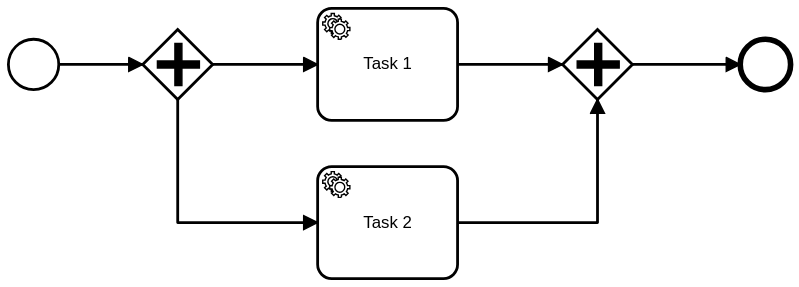
Earlier version of the BPMN export packages/element-template/resources/diagram.svg (pinussilvestrus/rpa-prototypes). Its source is kept beside it as packages/element-template/resources/diagram.bpmn. Ids are renumbered.
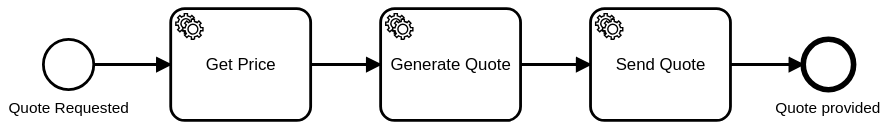
Above is the later version.

The edit, as a diff of the source:
```diff
@@ -1,81 +1,66 @@
-<bpmn:definitions xmlns:bpmn="http://www.omg.org/spec/BPMN/20100524/MODEL" xmlns:bpmndi="http://www.omg.org/spec/BPMN/20100524/DI" xmlns:dc="http://www.omg.org/spec/DD/20100524/DC" xmlns:di="http://www.omg.org/spec/DD/20100524/DI" id="Definitions_n1" targetNamespace="http://bpmn.io/schema/bpmn" exporter="Camunda Modeler" exporterVersion="4.0.0-alpha.2">
+<bpmn:definitions xmlns:bpmn="http://www.omg.org/spec/BPMN/20100524/MODEL" xmlns:bpmndi="http://www.omg.org/spec/BPMN/20100524/DI" xmlns:dc="http://www.omg.org/spec/DD/20100524/DC" xmlns:di="http://www.omg.org/spec/DD/20100524/DI" id="Definitions_n1" targetNamespace="http://bpmn.io/schema/bpmn" exporter="Camunda Modeler" exporterVersion="4.0.0-alpha.3">
   <bpmn:process id="Process_n2" isExecutable="true">
-    <bpmn:startEvent id="StartEvent_1">
-      <bpmn:outgoing>Flow_n3</bpmn:outgoing>
+    <bpmn:startEvent id="StartEvent_1" name="Quote Requested">
+      <bpmn:outgoing>Flow_n12</bpmn:outgoing>
     </bpmn:startEvent>
-    <bpmn:sequenceFlow id="Flow_n3" sourceRef="StartEvent_1" targetRef="Gateway_n4" />
-    <bpmn:endEvent id="Event_n5">
-      <bpmn:incoming>Flow_n6</bpmn:incoming>
+    <bpmn:endEvent id="Event_n5" name="Quote provided">
+      <bpmn:incoming>Flow_n13</bpmn:incoming>
     </bpmn:endEvent>
-    <bpmn:sequenceFlow id="Flow_n7" sourceRef="ServiceTask_1" targetRef="Gateway_n8" />
-    <bpmn:serviceTask id="ServiceTask_1" name="Task 1">
-      <bpmn:incoming>Flow_n9</bpmn:incoming>
-      <bpmn:outgoing>Flow_n7</bpmn:outgoing>
+    <bpmn:serviceTask id="ServiceTask_1" name="Get Price">
+      <bpmn:incoming>Flow_n12</bpmn:incoming>
+      <bpmn:outgoing>Flow_n14</bpmn:outgoing>
     </bpmn:serviceTask>
-    <bpmn:sequenceFlow id="Flow_n9" sourceRef="Gateway_n4" targetRef="ServiceTask_1" />
-    <bpmn:sequenceFlow id="Flow_n10" sourceRef="Gateway_n4" targetRef="ServiceTask_2" />
-    <bpmn:serviceTask id="ServiceTask_2" name="Task 2">
-      <bpmn:incoming>Flow_n10</bpmn:incoming>
-      <bpmn:outgoing>Flow_n11</bpmn:outgoing>
+    <bpmn:serviceTask id="ServiceTask_2" name="Generate Quote">
+      <bpmn:incoming>Flow_n14</bpmn:incoming>
+      <bpmn:outgoing>Flow_n15</bpmn:outgoing>
     </bpmn:serviceTask>
-    <bpmn:parallelGateway id="Gateway_n4">
-      <bpmn:incoming>Flow_n3</bpmn:incoming>
-      <bpmn:outgoing>Flow_n9</bpmn:outgoing>
-      <bpmn:outgoing>Flow_n10</bpmn:outgoing>
-    </bpmn:parallelGateway>
-    <bpmn:sequenceFlow id="Flow_n6" sourceRef="Gateway_n8" targetRef="Event_n5" />
-    <bpmn:sequenceFlow id="Flow_n11" sourceRef="ServiceTask_2" targetRef="Gateway_n8" />
-    <bpmn:parallelGateway id="Gateway_n8">
-      <bpmn:incoming>Flow_n7</bpmn:incoming>
-      <bpmn:incoming>Flow_n11</bpmn:incoming>
-      <bpmn:outgoing>Flow_n6</bpmn:outgoing>
-    </bpmn:parallelGateway>
+    <bpmn:sequenceFlow id="Flow_n15" sourceRef="ServiceTask_2" targetRef="ServiceTask_3" />
+    <bpmn:serviceTask id="ServiceTask_3" name="Send Quote">
+      <bpmn:incoming>Flow_n15</bpmn:incoming>
+      <bpmn:outgoing>Flow_n13</bpmn:outgoing>
+    </bpmn:serviceTask>
+    <bpmn:sequenceFlow id="Flow_n13" sourceRef="ServiceTask_3" targetRef="Event_n5" />
+    <bpmn:sequenceFlow id="Flow_n12" sourceRef="StartEvent_1" targetRef="ServiceTask_1" />
+    <bpmn:sequenceFlow id="Flow_n14" sourceRef="ServiceTask_1" targetRef="ServiceTask_2" />
   </bpmn:process>
   <bpmndi:BPMNDiagram id="BPMNDiagram_1">
     <bpmndi:BPMNPlane id="BPMNPlane_1" bpmnElement="Process_n2">
-      <bpmndi:BPMNEdge id="Flow_n3_di" bpmnElement="Flow_n3">
+      <bpmndi:BPMNEdge id="Flow_n15_di" bpmnElement="Flow_n15">
+        <di:waypoint x="520" y="117" />
+        <di:waypoint x="570" y="117" />
+      </bpmndi:BPMNEdge>
+      <bpmndi:BPMNEdge id="Flow_n13_di" bpmnElement="Flow_n13">
+        <di:waypoint x="670" y="117" />
+        <di:waypoint x="722" y="117" />
+      </bpmndi:BPMNEdge>
+      <bpmndi:BPMNEdge id="Flow_n12_di" bpmnElement="Flow_n12">
         <di:waypoint x="215" y="117" />
-        <di:waypoint x="275" y="117" />
+        <di:waypoint x="270" y="117" />
       </bpmndi:BPMNEdge>
-      <bpmndi:BPMNEdge id="Flow_n7_di" bpmnElement="Flow_n7">
-        <di:waypoint x="500" y="117" />
-        <di:waypoint x="575" y="117" />
-      </bpmndi:BPMNEdge>
-      <bpmndi:BPMNEdge id="Flow_n9_di" bpmnElement="Flow_n9">
-        <di:waypoint x="325" y="117" />
-        <di:waypoint x="400" y="117" />
-      </bpmndi:BPMNEdge>
-      <bpmndi:BPMNEdge id="Flow_n10_di" bpmnElement="Flow_n10">
-        <di:waypoint x="300" y="142" />
-        <di:waypoint x="300" y="230" />
-        <di:waypoint x="400" y="230" />
-      </bpmndi:BPMNEdge>
-      <bpmndi:BPMNEdge id="Flow_n6_di" bpmnElement="Flow_n6">
-        <di:waypoint x="625" y="117" />
-        <di:waypoint x="702" y="117" />
-      </bpmndi:BPMNEdge>
-      <bpmndi:BPMNEdge id="Flow_n11_di" bpmnElement="Flow_n11">
-        <di:waypoint x="500" y="230" />
-        <di:waypoint x="600" y="230" />
-        <di:waypoint x="600" y="142" />
+      <bpmndi:BPMNEdge id="Flow_n14_di" bpmnElement="Flow_n14">
+        <di:waypoint x="370" y="117" />
+        <di:waypoint x="420" y="117" />
       </bpmndi:BPMNEdge>
       <bpmndi:BPMNShape id="_BPMNShape_StartEvent_2" bpmnElement="StartEvent_1">
         <dc:Bounds x="179" y="99" width="36" height="36" />
+        <bpmndi:BPMNLabel>
+          <dc:Bounds x="154" y="142" width="87" height="14" />
+        </bpmndi:BPMNLabel>
       </bpmndi:BPMNShape>
       <bpmndi:BPMNShape id="Activity_06l2ldl_di" bpmnElement="ServiceTask_1">
-        <dc:Bounds x="400" y="77" width="100" height="80" />
+        <dc:Bounds x="270" y="77" width="100" height="80" />
       </bpmndi:BPMNShape>
       <bpmndi:BPMNShape id="Activity_0pjy2d9_di" bpmnElement="ServiceTask_2">
-        <dc:Bounds x="400" y="190" width="100" height="80" />
+        <dc:Bounds x="420" y="77" width="100" height="80" />
+      </bpmndi:BPMNShape>
+      <bpmndi:BPMNShape id="Activity_1rwdq20_di" bpmnElement="ServiceTask_3">
+        <dc:Bounds x="570" y="77" width="100" height="80" />
       </bpmndi:BPMNShape>
       <bpmndi:BPMNShape id="Event_n5_di" bpmnElement="Event_n5">
-        <dc:Bounds x="702" y="99" width="36" height="36" />
-      </bpmndi:BPMNShape>
-      <bpmndi:BPMNShape id="Gateway_1i7v9yj_di" bpmnElement="Gateway_n4">
-        <dc:Bounds x="275" y="92" width="50" height="50" />
-      </bpmndi:BPMNShape>
-      <bpmndi:BPMNShape id="Gateway_1k94e2e_di" bpmnElement="Gateway_n8">
-        <dc:Bounds x="575" y="92" width="50" height="50" />
+        <dc:Bounds x="722" y="99" width="36" height="36" />
+        <bpmndi:BPMNLabel>
+          <dc:Bounds x="702" y="142" width="76" height="14" />
+        </bpmndi:BPMNLabel>
       </bpmndi:BPMNShape>
     </bpmndi:BPMNPlane>
   </bpmndi:BPMNDiagram>
```
